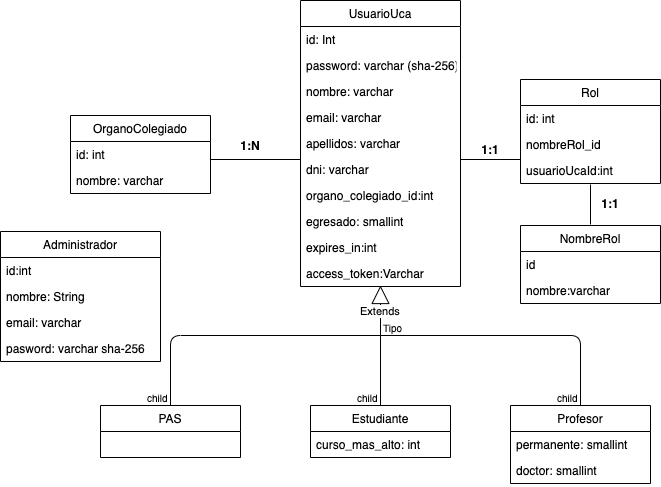
Above: Análisis/Users.png in SalkerAG/Votaciones-Pinf-20 (draw.io), before the change. Source tidied: cells renumbered, new cells last; positions are measured from the earlier drawing's top-left corner, leaving out a move shared by most shapes. Its diagram source:
```xml
<mxGraphModel>
  <root>
    <mxCell id="0" />
    <mxCell id="1" parent="0" />
    <mxCell id="2" value="UsuarioUca" style="swimlane;fontStyle=0;horizontal=1;startSize=26;fillColor=none;" parent="1" vertex="1">
      <mxGeometry x="300" width="160" height="286" as="geometry" />
    </mxCell>
    <mxCell id="3" value="id: Int&#10;" style="text;strokeColor=none;fillColor=none;align=left;verticalAlign=top;spacingLeft=4;spacingRight=4;overflow=hidden;" parent="2" vertex="1">
      <mxGeometry y="26" width="160" height="26" as="geometry" />
    </mxCell>
    <mxCell id="4" value="password: varchar (sha-256)" style="text;strokeColor=none;fillColor=none;align=left;verticalAlign=top;spacingLeft=4;spacingRight=4;overflow=hidden;" parent="2" vertex="1">
      <mxGeometry y="52" width="160" height="26" as="geometry" />
    </mxCell>
    <mxCell id="5" value="nombre: varchar" style="text;strokeColor=none;fillColor=none;align=left;verticalAlign=top;spacingLeft=4;spacingRight=4;overflow=hidden;" parent="2" vertex="1">
      <mxGeometry y="78" width="160" height="26" as="geometry" />
    </mxCell>
    <mxCell id="6" value="email: varchar" style="text;strokeColor=none;fillColor=none;align=left;verticalAlign=top;spacingLeft=4;spacingRight=4;overflow=hidden;" parent="2" vertex="1">
      <mxGeometry y="104" width="160" height="26" as="geometry" />
    </mxCell>
    <mxCell id="7" value="apellidos: varchar" style="text;strokeColor=none;fillColor=none;align=left;verticalAlign=top;spacingLeft=4;spacingRight=4;overflow=hidden;" parent="2" vertex="1">
      <mxGeometry y="130" width="160" height="26" as="geometry" />
    </mxCell>
    <mxCell id="8" value="dni: varchar" style="text;strokeColor=none;fillColor=none;align=left;verticalAlign=top;spacingLeft=4;spacingRight=4;overflow=hidden;" parent="2" vertex="1">
      <mxGeometry y="156" width="160" height="26" as="geometry" />
    </mxCell>
    <mxCell id="9" value="organo_colegiado_id:int" style="text;strokeColor=none;fillColor=none;align=left;verticalAlign=top;spacingLeft=4;spacingRight=4;overflow=hidden;" parent="2" vertex="1">
      <mxGeometry y="182" width="160" height="26" as="geometry" />
    </mxCell>
    <mxCell id="10" value="egresado: smallint" style="text;strokeColor=none;fillColor=none;align=left;verticalAlign=top;spacingLeft=4;spacingRight=4;overflow=hidden;" parent="2" vertex="1">
      <mxGeometry y="208" width="160" height="26" as="geometry" />
    </mxCell>
    <mxCell id="11" value="expires_in:int" style="text;strokeColor=none;fillColor=none;align=left;verticalAlign=top;spacingLeft=4;spacingRight=4;overflow=hidden;" parent="2" vertex="1">
      <mxGeometry y="234" width="160" height="26" as="geometry" />
    </mxCell>
    <mxCell id="12" value="access_token:Varchar" style="text;strokeColor=none;fillColor=none;align=left;verticalAlign=top;spacingLeft=4;spacingRight=4;overflow=hidden;" parent="2" vertex="1">
      <mxGeometry y="260" width="160" height="26" as="geometry" />
    </mxCell>
    <mxCell id="13" value="Extends" style="endArrow=block;endSize=16;endFill=0;html=1;" parent="1" edge="1">
      <mxGeometry relative="1" as="geometry">
        <mxPoint x="380" y="335" as="sourcePoint" />
        <mxPoint x="380" y="285" as="targetPoint" />
      </mxGeometry>
    </mxCell>
    <mxCell id="14" style="endArrow=none;html=1;edgeStyle=orthogonalEdgeStyle;" parent="1" edge="1">
      <mxGeometry relative="1" as="geometry">
        <mxPoint x="380" y="335" as="sourcePoint" />
        <mxPoint x="170" y="405" as="targetPoint" />
      </mxGeometry>
    </mxCell>
    <mxCell id="15" style="html=1;align=left;verticalAlign=bottom;labelBackgroundColor=#ffffff;fontSize=10;" parent="14" vertex="1">
      <mxGeometry x="-1" relative="1" as="geometry" />
    </mxCell>
    <mxCell id="16" value="child" style="html=1;align=right;verticalAlign=bottom;labelBackgroundColor=#ffffff;fontSize=10;" parent="14" vertex="1">
      <mxGeometry x="1" relative="1" as="geometry" />
    </mxCell>
    <mxCell id="17" value="PAS" style="swimlane;fontStyle=0;horizontal=1;startSize=26;fillColor=none;" parent="1" vertex="1">
      <mxGeometry x="100" y="405" width="140" height="52" as="geometry" />
    </mxCell>
    <mxCell id="18" value="Estudiante" style="swimlane;fontStyle=0;horizontal=1;startSize=26;fillColor=none;" parent="1" vertex="1">
      <mxGeometry x="310" y="405" width="140" height="52" as="geometry" />
    </mxCell>
    <mxCell id="19" value="curso_mas_alto: int" style="text;strokeColor=none;fillColor=none;align=left;verticalAlign=top;spacingLeft=4;spacingRight=4;overflow=hidden;" parent="18" vertex="1">
      <mxGeometry y="26" width="140" height="26" as="geometry" />
    </mxCell>
    <mxCell id="20" style="endArrow=none;html=1;edgeStyle=orthogonalEdgeStyle;entryX=0.5;entryY=0;entryDx=0;entryDy=0;" parent="1" edge="1" target="18">
      <mxGeometry relative="1" as="geometry">
        <mxPoint x="380" y="335" as="sourcePoint" />
      </mxGeometry>
    </mxCell>
    <mxCell id="21" style="html=1;align=left;verticalAlign=bottom;labelBackgroundColor=#ffffff;fontSize=10;" parent="20" vertex="1">
      <mxGeometry x="-1" relative="1" as="geometry" />
    </mxCell>
    <mxCell id="22" value="child" style="html=1;align=right;verticalAlign=bottom;labelBackgroundColor=#ffffff;fontSize=10;" parent="20" vertex="1">
      <mxGeometry x="1" relative="1" as="geometry" />
    </mxCell>
    <mxCell id="23" value="Profesor" style="swimlane;fontStyle=0;horizontal=1;startSize=26;fillColor=none;" parent="1" vertex="1">
      <mxGeometry x="510" y="405" width="140" height="78" as="geometry" />
    </mxCell>
    <mxCell id="24" value="permanente: smallint" style="text;strokeColor=none;fillColor=none;align=left;verticalAlign=top;spacingLeft=4;spacingRight=4;overflow=hidden;" parent="23" vertex="1">
      <mxGeometry y="26" width="140" height="26" as="geometry" />
    </mxCell>
    <mxCell id="25" value="doctor: smallint" style="text;strokeColor=none;fillColor=none;align=left;verticalAlign=top;spacingLeft=4;spacingRight=4;overflow=hidden;" parent="23" vertex="1">
      <mxGeometry y="52" width="140" height="26" as="geometry" />
    </mxCell>
    <mxCell id="26" style="endArrow=none;html=1;edgeStyle=orthogonalEdgeStyle;entryX=0.5;entryY=0;entryDx=0;entryDy=0;" parent="1" edge="1" target="23">
      <mxGeometry relative="1" as="geometry">
        <mxPoint x="380" y="335" as="sourcePoint" />
      </mxGeometry>
    </mxCell>
    <mxCell id="27" value="Tipo" style="html=1;align=left;verticalAlign=bottom;labelBackgroundColor=#ffffff;fontSize=10;" parent="26" vertex="1">
      <mxGeometry x="-1" relative="1" as="geometry" />
    </mxCell>
    <mxCell id="28" value="child" style="html=1;align=right;verticalAlign=bottom;labelBackgroundColor=#ffffff;fontSize=10;" parent="26" vertex="1">
      <mxGeometry x="1" relative="1" as="geometry" />
    </mxCell>
    <mxCell id="29" value="OrganoColegiado" style="swimlane;fontStyle=0;horizontal=1;startSize=26;fillColor=none;" parent="1" vertex="1">
      <mxGeometry x="70" y="115" width="140" height="78" as="geometry" />
    </mxCell>
    <mxCell id="30" value="id: int" style="text;strokeColor=none;fillColor=none;align=left;verticalAlign=top;spacingLeft=4;spacingRight=4;overflow=hidden;" parent="29" vertex="1">
      <mxGeometry y="26" width="140" height="26" as="geometry" />
    </mxCell>
    <mxCell id="31" value="nombre: varchar" style="text;strokeColor=none;fillColor=none;align=left;verticalAlign=top;spacingLeft=4;spacingRight=4;overflow=hidden;" parent="29" vertex="1">
      <mxGeometry y="52" width="140" height="26" as="geometry" />
    </mxCell>
    <mxCell id="32" style="line;strokeWidth=1;fillColor=none;align=left;verticalAlign=middle;spacingTop=-1;spacingLeft=3;spacingRight=3;labelPosition=right;" parent="1" vertex="1">
      <mxGeometry x="210" y="155" width="90" height="8" as="geometry" />
    </mxCell>
    <mxCell id="33" value="1:N" style="text;align=center;fontStyle=1;verticalAlign=middle;spacingLeft=3;spacingRight=3;strokeColor=none;" parent="1" vertex="1">
      <mxGeometry x="210" y="133" width="80" height="26" as="geometry" />
    </mxCell>
    <mxCell id="34" value="Rol" style="swimlane;fontStyle=0;horizontal=1;startSize=26;fillColor=none;" parent="1" vertex="1">
      <mxGeometry x="520" y="79" width="140" height="104" as="geometry" />
    </mxCell>
    <mxCell id="35" value="id: int" style="text;strokeColor=none;fillColor=none;align=left;verticalAlign=top;spacingLeft=4;spacingRight=4;overflow=hidden;" parent="34" vertex="1">
      <mxGeometry y="26" width="140" height="26" as="geometry" />
    </mxCell>
    <mxCell id="36" value="nombreRol_id" style="text;strokeColor=none;fillColor=none;align=left;verticalAlign=top;spacingLeft=4;spacingRight=4;overflow=hidden;" parent="34" vertex="1">
      <mxGeometry y="52" width="140" height="26" as="geometry" />
    </mxCell>
    <mxCell id="37" value="usuarioUcaId:int " style="text;strokeColor=none;fillColor=none;align=left;verticalAlign=top;spacingLeft=4;spacingRight=4;overflow=hidden;" parent="34" vertex="1">
      <mxGeometry y="78" width="140" height="26" as="geometry" />
    </mxCell>
    <mxCell id="38" value="NombreRol" style="swimlane;fontStyle=0;horizontal=1;startSize=26;fillColor=none;" parent="1" vertex="1">
      <mxGeometry x="520" y="225" width="140" height="78" as="geometry" />
    </mxCell>
    <mxCell id="39" value="id" style="text;strokeColor=none;fillColor=none;align=left;verticalAlign=top;spacingLeft=4;spacingRight=4;overflow=hidden;" parent="38" vertex="1">
      <mxGeometry y="26" width="140" height="26" as="geometry" />
    </mxCell>
    <mxCell id="40" value="nombre:varchar" style="text;strokeColor=none;fillColor=none;align=left;verticalAlign=top;spacingLeft=4;spacingRight=4;overflow=hidden;" parent="38" vertex="1">
      <mxGeometry y="52" width="140" height="26" as="geometry" />
    </mxCell>
    <mxCell id="41" style="line;strokeWidth=1;fillColor=none;align=left;verticalAlign=middle;spacingTop=-1;spacingLeft=3;spacingRight=3;labelPosition=right;" parent="1" vertex="1">
      <mxGeometry x="460" y="155" width="60" height="8" as="geometry" />
    </mxCell>
    <mxCell id="42" value="1:1" style="text;align=center;fontStyle=1;verticalAlign=middle;spacingLeft=3;spacingRight=3;strokeColor=none;" parent="1" vertex="1">
      <mxGeometry x="450" y="137" width="80" height="26" as="geometry" />
    </mxCell>
    <mxCell id="43" style="line;strokeWidth=1;fillColor=none;align=left;verticalAlign=middle;spacingTop=-1;spacingLeft=3;spacingRight=3;labelPosition=right;direction=south;" parent="1" vertex="1">
      <mxGeometry x="586" y="184" width="8" height="40" as="geometry" />
    </mxCell>
    <mxCell id="44" value="1:1" style="text;align=center;fontStyle=1;verticalAlign=middle;spacingLeft=3;spacingRight=3;strokeColor=none;" parent="1" vertex="1">
      <mxGeometry x="570" y="191" width="80" height="26" as="geometry" />
    </mxCell>
    <mxCell id="45" value="Administrador" style="swimlane;fontStyle=0;horizontal=1;startSize=26;fillColor=none;" parent="1" vertex="1">
      <mxGeometry y="231" width="160" height="130" as="geometry" />
    </mxCell>
    <mxCell id="46" value="id:int " style="text;strokeColor=none;fillColor=none;align=left;verticalAlign=top;spacingLeft=4;spacingRight=4;overflow=hidden;" parent="45" vertex="1">
      <mxGeometry y="26" width="160" height="26" as="geometry" />
    </mxCell>
    <mxCell id="47" value="nombre: String" style="text;strokeColor=none;fillColor=none;align=left;verticalAlign=top;spacingLeft=4;spacingRight=4;overflow=hidden;" parent="45" vertex="1">
      <mxGeometry y="52" width="160" height="26" as="geometry" />
    </mxCell>
    <mxCell id="48" value="email: varchar" style="text;strokeColor=none;fillColor=none;align=left;verticalAlign=top;spacingLeft=4;spacingRight=4;overflow=hidden;" parent="45" vertex="1">
      <mxGeometry y="78" width="160" height="26" as="geometry" />
    </mxCell>
    <mxCell id="49" value="pasword: varchar sha-256" style="text;strokeColor=none;fillColor=none;align=left;verticalAlign=top;spacingLeft=4;spacingRight=4;overflow=hidden;" parent="45" vertex="1">
      <mxGeometry y="104" width="160" height="26" as="geometry" />
    </mxCell>
  </root>
</mxGraphModel>
```
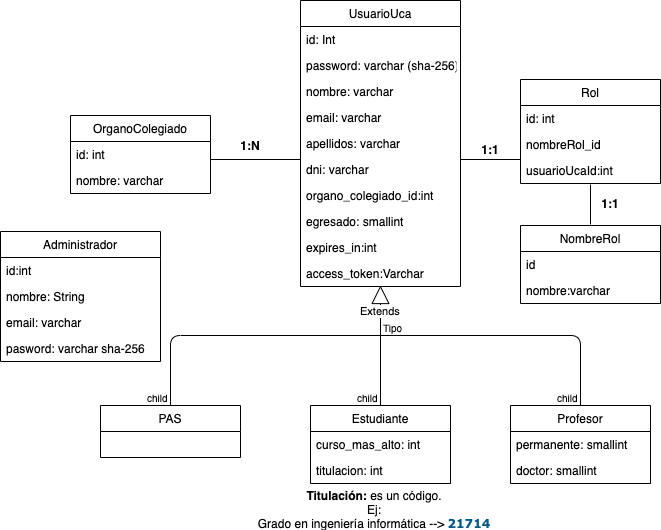
Above is the later version.

Diff of the diagram source:
```diff
@@ -57,11 +57,14 @@
       <mxGeometry x="100" y="405" width="140" height="52" as="geometry" />
     </mxCell>
     <mxCell id="18" value="Estudiante" style="swimlane;fontStyle=0;horizontal=1;startSize=26;fillColor=none;" parent="1" vertex="1">
-      <mxGeometry x="310" y="405" width="140" height="52" as="geometry" />
+      <mxGeometry x="310" y="405" width="140" height="78" as="geometry" />
     </mxCell>
     <mxCell id="19" value="curso_mas_alto: int" style="text;strokeColor=none;fillColor=none;align=left;verticalAlign=top;spacingLeft=4;spacingRight=4;overflow=hidden;" parent="18" vertex="1">
       <mxGeometry y="26" width="140" height="26" as="geometry" />
     </mxCell>
+    <mxCell id="50" value="titulacion: int" style="text;strokeColor=none;fillColor=none;align=left;verticalAlign=top;spacingLeft=4;spacingRight=4;overflow=hidden;" parent="18" vertex="1">
+      <mxGeometry y="52" width="140" height="26" as="geometry" />
+    </mxCell>
     <mxCell id="20" style="endArrow=none;html=1;edgeStyle=orthogonalEdgeStyle;entryX=0.5;entryY=0;entryDx=0;entryDy=0;" parent="1" edge="1" target="18">
       <mxGeometry relative="1" as="geometry">
         <mxPoint x="380" y="335" as="sourcePoint" />
@@ -156,5 +159,8 @@
     <mxCell id="49" value="pasword: varchar sha-256" style="text;strokeColor=none;fillColor=none;align=left;verticalAlign=top;spacingLeft=4;spacingRight=4;overflow=hidden;" parent="45" vertex="1">
       <mxGeometry y="104" width="160" height="26" as="geometry" />
     </mxCell>
+    <mxCell id="51" value="&lt;b&gt;Titulación:&lt;/b&gt; es un código.&lt;br&gt;Ej:&lt;br&gt;Grado en ingeniería informática --&amp;gt;&amp;nbsp;&lt;span style=&quot;color: rgb(0 , 90 , 132) ; font-family: &amp;#34;verdana&amp;#34; , &amp;#34;arial&amp;#34; , &amp;#34;sanserif&amp;#34; ; font-weight: 700 ; text-align: justify ; background-color: rgb(255 , 255 , 255)&quot;&gt;21714&lt;/span&gt;" style="text;html=1;strokeColor=none;fillColor=none;align=center;verticalAlign=middle;whiteSpace=wrap;rounded=0;" parent="1" vertex="1">
+      <mxGeometry x="218" y="499" width="310" height="20" as="geometry" />
+    </mxCell>
   </root>
 </mxGraphModel>
```
